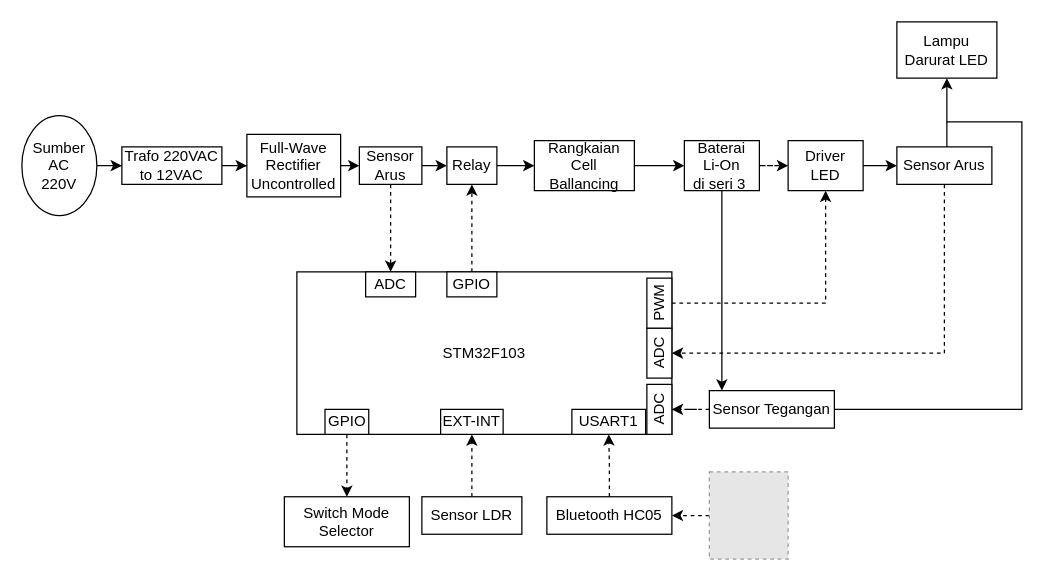
This is fixblok.drawio from Alfinaatika9/CRUD, a draw.io file, before an edit. Source tidied: cells renumbered, new cells numbered last; positions are measured from the earlier drawing's top-left corner, leaving out a move shared by most shapes. Both pictures are drawn from the tidied source at 125%, with x=0, y=0 at pixel (21, 21). Pictures stored in the file or linked from it are replaced by grey dashed boxes.
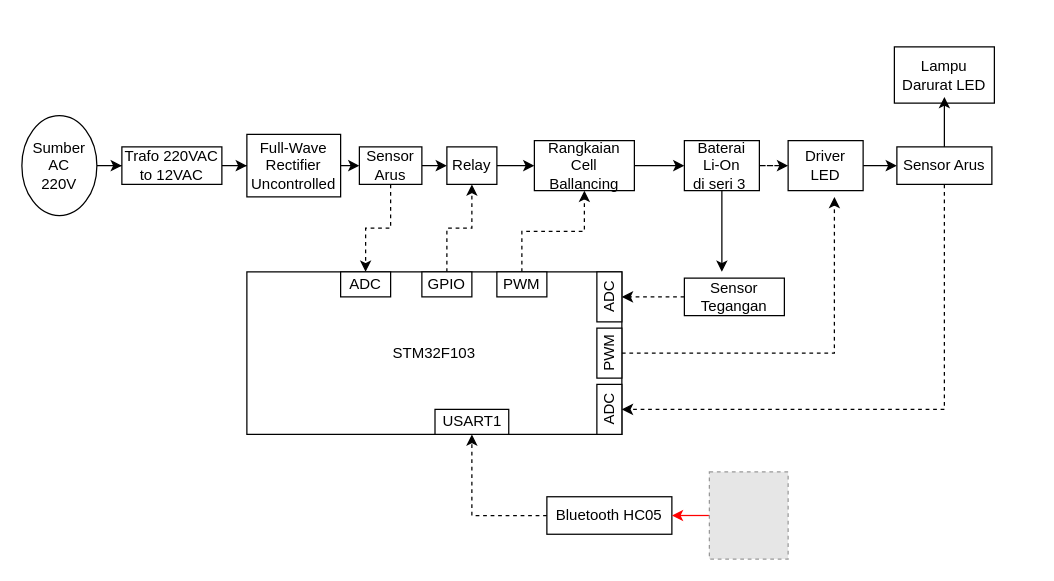
The same page after the edit.

The change refers to these unchanged cells:
```xml
<mxCell id="13" value="Baterai &lt;br&gt;Li-On &lt;br&gt;di seri 3&amp;nbsp;" style="rounded=0;whiteSpace=wrap;html=1;" parent="1" vertex="1">
  <mxGeometry x="530" y="95" width="60" height="40" as="geometry" />
</mxCell>
<mxCell id="23" value="Bluetooth HC05" style="rounded=0;whiteSpace=wrap;html=1;" parent="1" vertex="1">
  <mxGeometry x="420" y="379.9" width="100" height="30" as="geometry" />
</mxCell>
<mxCell id="26" style="fillColor=#E6E6E6;strokeColor=#999999;dashed=1;verticalLabelPosition=bottom;verticalAlign=top;" parent="1" vertex="1">
  <mxGeometry x="550" y="360" width="63" height="69.7" as="geometry" />
</mxCell>
<mxCell id="28" value="Rangkaian Cell Ballancing" style="rounded=0;whiteSpace=wrap;html=1;" parent="1" vertex="1">
  <mxGeometry x="410" y="95" width="80" height="40" as="geometry" />
</mxCell>
<mxCell id="34" value="Driver LED" style="rounded=0;whiteSpace=wrap;html=1;" parent="1" vertex="1">
  <mxGeometry x="613" y="95" width="60" height="40" as="geometry" />
</mxCell>
<mxCell id="36" value="Sensor Arus" style="rounded=0;whiteSpace=wrap;html=1;" parent="1" vertex="1">
  <mxGeometry x="700" y="100" width="76" height="30" as="geometry" />
</mxCell>
```

Diff of the diagram source:
```diff
@@
     <mxCell id="6" value="STM32F103" style="rounded=0;whiteSpace=wrap;html=1;" parent="1" vertex="1">
-      <mxGeometry x="220" y="200" width="300" height="130" as="geometry" />
+      <mxGeometry x="180" y="200" width="300" height="130" as="geometry" />
     </mxCell>
@@
     <mxCell id="10" value="GPIO" style="rounded=0;whiteSpace=wrap;html=1;rotation=0;" parent="1" vertex="1">
-      <mxGeometry x="340" y="200" width="40" height="20" as="geometry" />
+      <mxGeometry x="320" y="200" width="40" height="20" as="geometry" />
     </mxCell>
@@
-    <mxCell id="12" style="edgeStyle=orthogonalEdgeStyle;rounded=0;jettySize=auto;html=1;" parent="1" edge="1" source="13" target="16">
-      <mxGeometry relative="1" as="geometry">
-        <Array as="points">
-          <mxPoint x="560" y="260" />
-          <mxPoint x="560" y="260" />
-        </Array>
-      </mxGeometry>
-    </mxCell>
+    <mxCell id="46" style="edgeStyle=orthogonalEdgeStyle;rounded=0;jettySize=auto;html=1;" parent="1" edge="1" source="13">
+      <mxGeometry relative="1" as="geometry">
+        <mxPoint x="560" y="200" as="targetPoint" />
+      </mxGeometry>
+    </mxCell>
@@
-    <mxCell id="14" style="edgeStyle=orthogonalEdgeStyle;rounded=0;jettySize=auto;html=1;entryX=0.5;entryY=1;entryDx=0;entryDy=0;dashed=1;" parent="1" edge="1" source="16" target="18">
-      <mxGeometry relative="1" as="geometry" />
-    </mxCell>
-    <mxCell id="15" style="edgeStyle=orthogonalEdgeStyle;rounded=0;jettySize=auto;html=1;" parent="1" edge="1" source="16" target="32">
-      <mxGeometry relative="1" as="geometry">
-        <Array as="points">
-          <mxPoint x="800" y="310" />
-          <mxPoint x="800" y="80" />
-          <mxPoint x="740" y="80" />
-        </Array>
-      </mxGeometry>
-    </mxCell>
+    <mxCell id="47" style="edgeStyle=orthogonalEdgeStyle;rounded=0;jettySize=auto;html=1;dashed=1;" parent="1" edge="1" source="16" target="17">
+      <mxGeometry relative="1" as="geometry" />
+    </mxCell>
     <mxCell id="16" value="Sensor Tegangan" style="rounded=0;whiteSpace=wrap;html=1;" parent="1" vertex="1">
-      <mxGeometry x="550" y="295" width="100" height="30" as="geometry" />
+      <mxGeometry x="530" y="205" width="80" height="30" as="geometry" />
     </mxCell>
     <mxCell id="17" value="ADC" style="rounded=0;whiteSpace=wrap;html=1;rotation=-90;" parent="1" vertex="1">
-      <mxGeometry x="490" y="255" width="40" height="20" as="geometry" />
+      <mxGeometry x="450" y="210" width="40" height="20" as="geometry" />
     </mxCell>
     <mxCell id="18" value="ADC" style="rounded=0;whiteSpace=wrap;html=1;rotation=-90;" parent="1" vertex="1">
-      <mxGeometry x="490" y="300" width="40" height="20" as="geometry" />
+      <mxGeometry x="450" y="300" width="40" height="20" as="geometry" />
     </mxCell>
-    <mxCell id="19" style="edgeStyle=orthogonalEdgeStyle;rounded=0;jettySize=auto;html=1;dashed=1;" parent="1" edge="1" source="20" target="21">
-      <mxGeometry relative="1" as="geometry" />
-    </mxCell>
-    <mxCell id="20" value="Sensor LDR" style="rounded=0;whiteSpace=wrap;html=1;" parent="1" vertex="1">
-      <mxGeometry x="320" y="379.9" width="80" height="30" as="geometry" />
-    </mxCell>
-    <mxCell id="21" value="EXT-INT" style="rounded=0;whiteSpace=wrap;html=1;" parent="1" vertex="1">
-      <mxGeometry x="335" y="310" width="50" height="20" as="geometry" />
-    </mxCell>
@@
     <mxCell id="24" value="USART1" style="rounded=0;whiteSpace=wrap;html=1;" parent="1" vertex="1">
-      <mxGeometry x="440" y="310" width="59" height="20" as="geometry" />
+      <mxGeometry x="330.5" y="310" width="59" height="20" as="geometry" />
     </mxCell>
-    <mxCell id="25" style="edgeStyle=orthogonalEdgeStyle;rounded=0;jettySize=auto;html=1;entryX=1;entryY=0.5;entryDx=0;entryDy=0;dashed=1;" parent="1" edge="1" source="26" target="23">
+    <mxCell id="25" style="edgeStyle=orthogonalEdgeStyle;rounded=0;jettySize=auto;html=1;entryX=1;entryY=0.5;entryDx=0;entryDy=0;strokeColor=#FF0000;" parent="1" edge="1" source="26" target="23">
       <mxGeometry relative="1" as="geometry" />
     </mxCell>
@@
-    <mxCell id="29" style="edgeStyle=orthogonalEdgeStyle;rounded=0;jettySize=auto;html=1;dashed=1;" parent="1" edge="1" source="30" target="31">
-      <mxGeometry relative="1" as="geometry" />
-    </mxCell>
-    <mxCell id="30" value="GPIO" style="rounded=0;whiteSpace=wrap;html=1;" parent="1" vertex="1">
-      <mxGeometry x="242.5" y="310" width="35" height="20" as="geometry" />
-    </mxCell>
-    <mxCell id="31" value="Switch Mode Selector" style="rounded=0;whiteSpace=wrap;html=1;" parent="1" vertex="1">
-      <mxGeometry x="210" y="379.9" width="100" height="40" as="geometry" />
-    </mxCell>
     <mxCell id="32" value="Lampu Darurat LED" style="rounded=0;whiteSpace=wrap;html=1;" parent="1" vertex="1">
-      <mxGeometry x="700" width="80" height="45" as="geometry" />
+      <mxGeometry x="698" y="20" width="80" height="45" as="geometry" />
     </mxCell>
@@
-    <mxCell id="35" style="edgeStyle=orthogonalEdgeStyle;rounded=0;jettySize=auto;html=1;entryX=0.5;entryY=1;entryDx=0;entryDy=0;dashed=1;" parent="1" edge="1" source="36" target="17">
-      <mxGeometry relative="1" as="geometry">
-        <Array as="points">
-          <mxPoint x="738" y="265" />
-        </Array>
-      </mxGeometry>
-    </mxCell>
+    <mxCell id="48" style="edgeStyle=orthogonalEdgeStyle;rounded=0;jettySize=auto;html=1;" parent="1" edge="1" source="36">
+      <mxGeometry relative="1" as="geometry">
+        <mxPoint x="738" y="60" as="targetPoint" />
+      </mxGeometry>
+    </mxCell>
+    <mxCell id="49" style="edgeStyle=orthogonalEdgeStyle;rounded=0;jettySize=auto;html=1;entryX=0.5;entryY=1;entryDx=0;entryDy=0;dashed=1;" parent="1" edge="1" source="36" target="18">
+      <mxGeometry relative="1" as="geometry">
+        <Array as="points">
+          <mxPoint x="738" y="310" />
+        </Array>
+      </mxGeometry>
+    </mxCell>
@@
-    <mxCell id="37" style="edgeStyle=orthogonalEdgeStyle;rounded=0;jettySize=auto;html=1;entryX=0.5;entryY=1;entryDx=0;entryDy=0;dashed=1;" parent="1" edge="1" source="38" target="34">
+    <mxCell id="37" style="edgeStyle=orthogonalEdgeStyle;rounded=0;jettySize=auto;html=1;entryX=0.617;entryY=1.125;entryDx=0;entryDy=0;entryPerimeter=0;dashed=1;" parent="1" edge="1" source="38" target="34">
       <mxGeometry relative="1" as="geometry" />
     </mxCell>
     <mxCell id="38" value="PWM" style="rounded=0;whiteSpace=wrap;html=1;rotation=-90;" parent="1" vertex="1">
-      <mxGeometry x="490" y="215" width="40" height="20" as="geometry" />
+      <mxGeometry x="450" y="255" width="40" height="20" as="geometry" />
     </mxCell>
@@
-    <mxCell id="41" style="endArrow=none;html=1;" parent="1" edge="1">
-      <mxGeometry relative="1" as="geometry">
-        <mxPoint x="740" y="100" as="sourcePoint" />
-        <mxPoint x="740" y="80" as="targetPoint" />
-      </mxGeometry>
-    </mxCell>
@@
     <mxCell id="45" value="ADC" style="rounded=0;whiteSpace=wrap;html=1;rotation=0;" parent="1" vertex="1">
-      <mxGeometry x="275" y="200" width="40" height="20" as="geometry" />
+      <mxGeometry x="255" y="200" width="40" height="20" as="geometry" />
     </mxCell>
+    <mxCell id="50" style="edgeStyle=orthogonalEdgeStyle;rounded=0;jettySize=auto;html=1;entryX=0.5;entryY=1;entryDx=0;entryDy=0;dashed=1;" parent="1" edge="1" source="51" target="28">
+      <mxGeometry relative="1" as="geometry" />
+    </mxCell>
+    <mxCell id="51" value="PWM" style="rounded=0;whiteSpace=wrap;html=1;rotation=0;direction=west;" parent="1" vertex="1">
+      <mxGeometry x="380" y="200" width="40" height="20" as="geometry" />
+    </mxCell>
```
